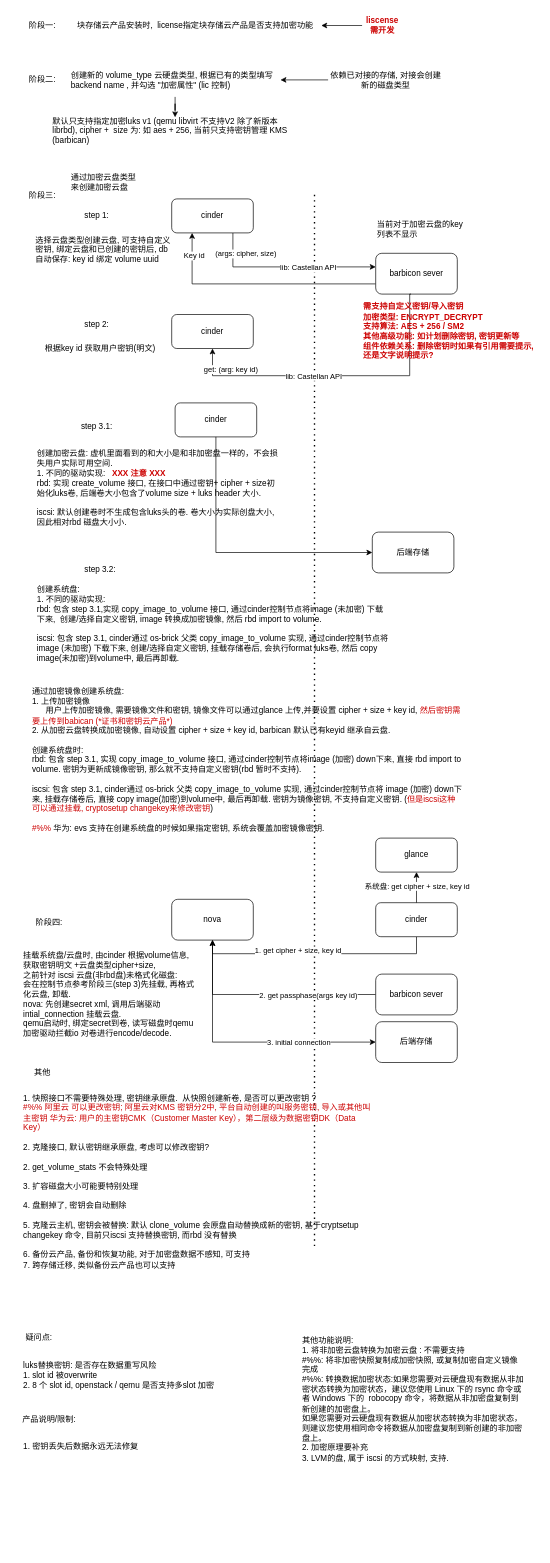
Before: 磁盘加密.drawio in ChenFanTony/ceph-diagrams, a draw.io diagram. Source tidied: cells renumbered, new cells numbered last; positions are measured from the earlier drawing's top-left corner, leaving out a move shared by most shapes. Both pictures are drawn from the tidied source at 68%, with x=0, y=0 at pixel (12, 12).
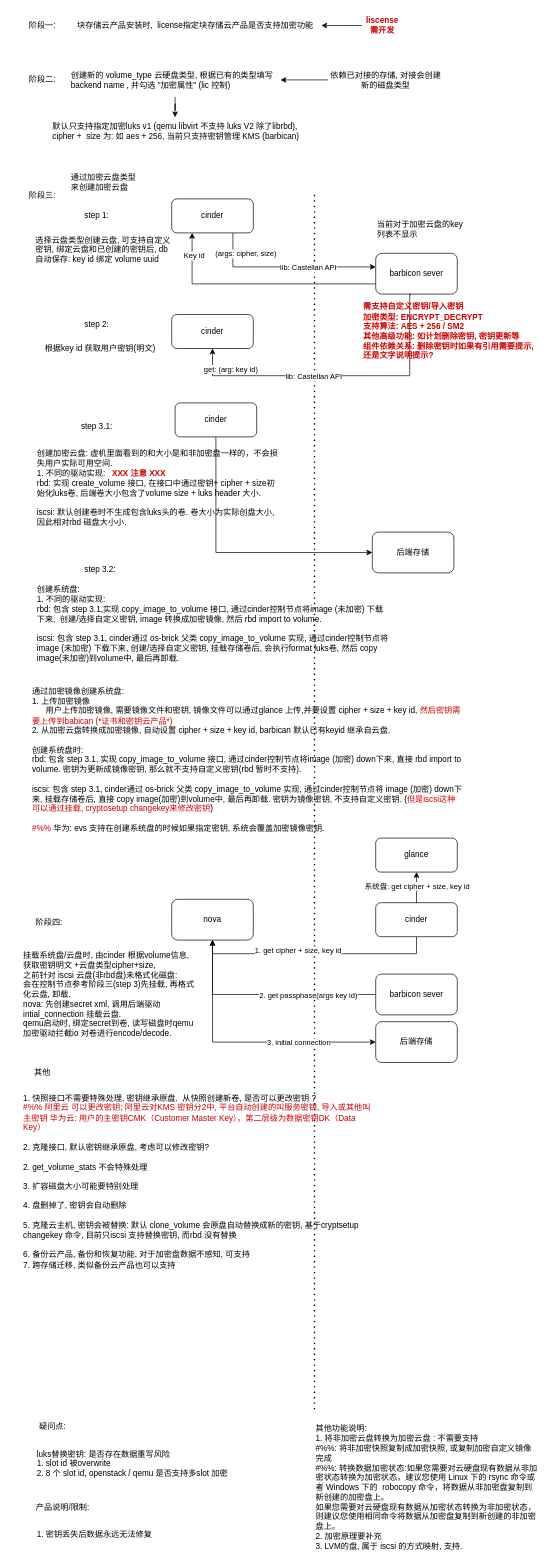
Above is the later version.

Commit message:
更新磁盘加密.drawio

What changed in the source:
```diff
@@
     <mxCell id="5" style="endArrow=none;dashed=1;html=1;dashPattern=1 3;strokeWidth=2;rounded=0;" parent="1" edge="1">
       <mxGeometry relative="1" as="geometry">
-        <mxPoint x="445" y="1815" as="sourcePoint" />
+        <mxPoint x="445" y="2055" as="sourcePoint" />
         <mxPoint x="445" y="265" as="targetPoint" />
       </mxGeometry>
     </mxCell>
@@
-    <mxCell id="19" value="默认只支持指定加密luks v1 (qemu libvirt 不支持V2 除了新版本librbd), cipher +&amp;nbsp; size 为: 如 aes + 256, 当前只支持密钥管理 KMS (barbican)" style="text;html=1;whiteSpace=wrap;strokeColor=none;fillColor=none;align=left;verticalAlign=middle;rounded=0;" parent="1" vertex="1">
+    <mxCell id="19" value="默认只支持指定加密luks v1 (qemu libvirt 不支持 luks V2 除了librbd), cipher +&amp;nbsp; size 为: 如 aes + 256, 当前只支持密钥管理 KMS (barbican)" style="text;html=1;whiteSpace=wrap;strokeColor=none;fillColor=none;align=left;verticalAlign=middle;rounded=0;" parent="1" vertex="1">
       <mxGeometry x="57.5" y="155" width="365" height="40" as="geometry" />
     </mxCell>
@@
     <mxCell id="53" value="luks替换密钥: 是否存在数据重写风险&lt;br&gt;1. slot id 被overwrite&lt;br&gt;&lt;div style=&quot;&quot;&gt;&lt;span style=&quot;background-color: transparent; color: light-dark(rgb(0, 0, 0), rgb(255, 255, 255));&quot;&gt;2. 8 个 slot id, openstack / qemu 是否支持多slot 加密&lt;/span&gt;&lt;/div&gt;" style="text;html=1;whiteSpace=wrap;strokeColor=none;fillColor=none;align=left;verticalAlign=middle;rounded=0;" parent="1" vertex="1">
-      <mxGeometry x="15" y="1975" width="490" height="60" as="geometry" />
+      <mxGeometry x="35" y="2105" width="490" height="60" as="geometry" />
     </mxCell>
     <mxCell id="54" value="疑问点:" style="text;html=1;whiteSpace=wrap;strokeColor=none;fillColor=none;align=center;verticalAlign=middle;rounded=0;" parent="1" vertex="1">
-      <mxGeometry x="10" y="1935" width="60" height="30" as="geometry" />
+      <mxGeometry x="30" y="2065" width="60" height="30" as="geometry" />
     </mxCell>
@@
     <mxCell id="56" value="产品说明/限制:" style="text;html=1;whiteSpace=wrap;strokeColor=none;fillColor=none;align=center;verticalAlign=middle;rounded=0;" parent="1" vertex="1">
-      <mxGeometry y="2055" width="110" height="30" as="geometry" />
+      <mxGeometry x="20" y="2185" width="110" height="30" as="geometry" />
     </mxCell>
     <mxCell id="57" value="1.&amp;nbsp;密钥丢失后数据永远无法修复" style="text;html=1;whiteSpace=wrap;strokeColor=none;fillColor=none;align=left;verticalAlign=middle;rounded=0;" parent="1" vertex="1">
-      <mxGeometry x="15" y="2095" width="330" height="30" as="geometry" />
+      <mxGeometry x="35" y="2225" width="330" height="30" as="geometry" />
     </mxCell>
     <mxCell id="58" value="其他功能说明:&lt;br&gt;1.&amp;nbsp;将非加密云盘转换为加密云盘 : 不需要支持&lt;br&gt;#%%: 将非加密快照复制成加密快照, 或复制加密自定义镜像完成&lt;br&gt;#%%:&amp;nbsp;&lt;span style=&quot;background-color: transparent;&quot;&gt;转换数据加密状态:&lt;/span&gt;&lt;span style=&quot;background-color: transparent; color: light-dark(rgb(0, 0, 0), rgb(255, 255, 255));&quot;&gt;如果您需要对云硬盘现有数据从非加密状态转换为加密状态，建议您使用 Linux 下的 rsync 命令或者 Windows 下的&amp;nbsp; robocopy 命令，将数据从非加密盘复制到新创建的加密盘上。&lt;/span&gt;&lt;div&gt;如果您需要对云硬盘现有数据从加密状态转换为非加密状态，则建议您使用相同命令将数据从加密盘复制到新创建的非加密盘上。&lt;/div&gt;&lt;div&gt;2. 加密原理要补充&lt;br&gt;3. LVM的盘, 属于 iscsi 的方式映射, 支持.&lt;br&gt;&lt;/div&gt;" style="text;html=1;whiteSpace=wrap;strokeColor=none;fillColor=none;align=left;verticalAlign=middle;rounded=0;" parent="1" vertex="1">
-      <mxGeometry x="425" y="1965" width="330" height="150" as="geometry" />
+      <mxGeometry x="445" y="2095" width="330" height="150" as="geometry" />
     </mxCell>
```
